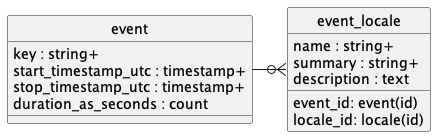
This is doc/concepts/event/uml.png from contactopensource/contactopensource, a PlantUML export, as it was before one commit.
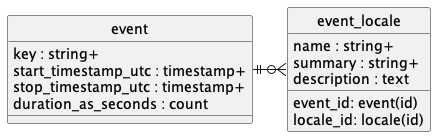
The same file after the commit.

Diff of the diagram source:
```diff
@@ -18,6 +18,6 @@
     description : text
 }
 
-event -r-o{ event_locale
+event ||-r-o{ event_locale
 
 @enduml
```
